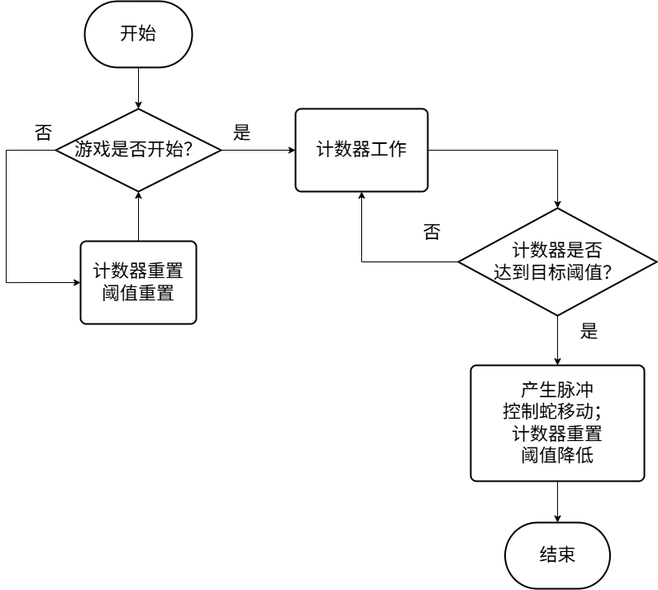
This is snake_move.png from maple-m117/bysj_etc., a draw.io export, as it was before one commit. Source tidied: cells renumbered, new cells last; positions are measured from the earlier drawing's top-left corner, leaving out a move shared by most shapes.
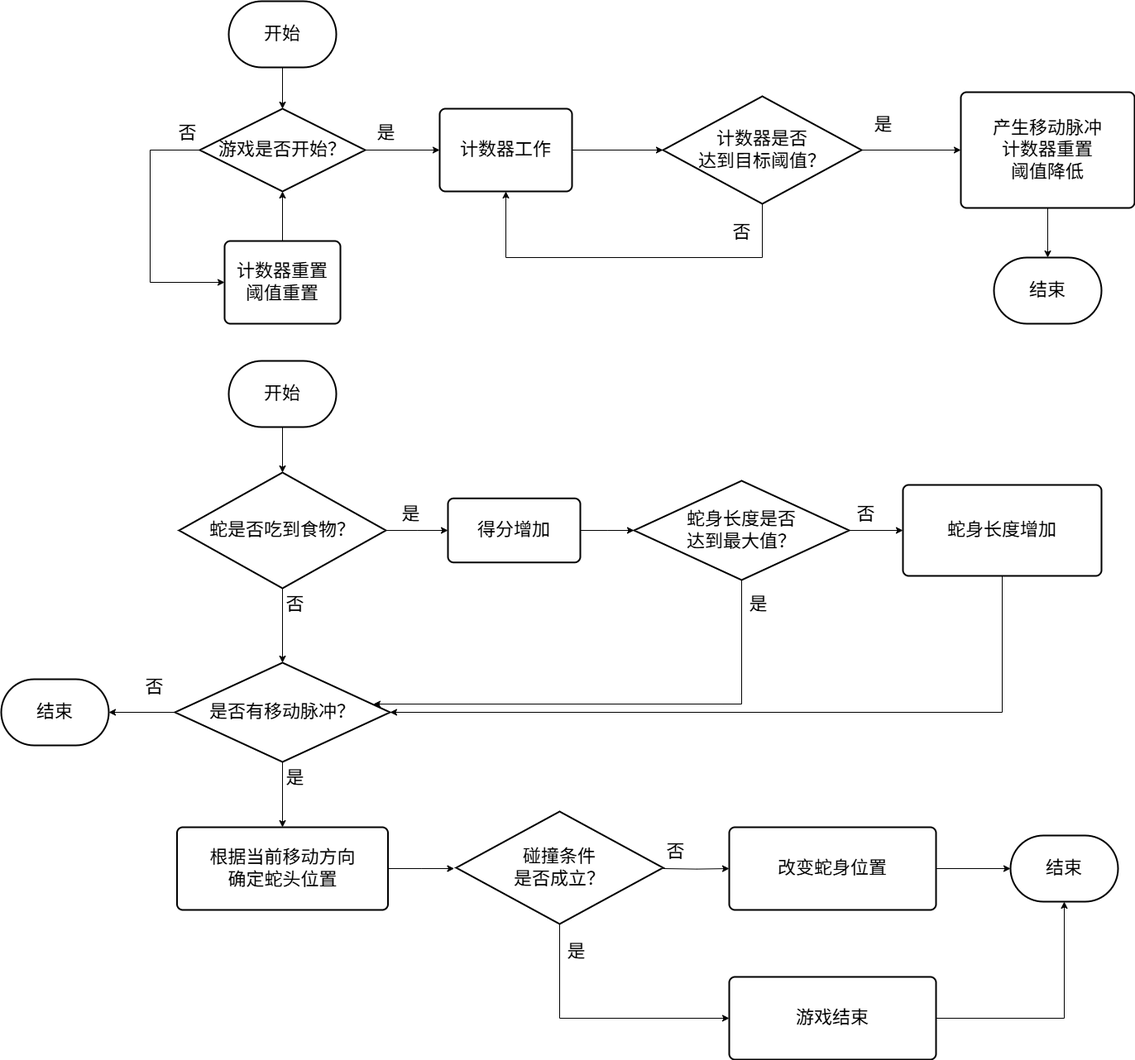
Later version of the same file.

The edit, as a diff of the source:
```diff
@@ -38,16 +38,21 @@
       <mxGeometry relative="1" as="geometry" />
     </mxCell>
     <mxCell id="12" style="edgeStyle=orthogonalEdgeStyle;rounded=0;jettySize=auto;html=1;entryX=0.5;entryY=1;entryDx=0;entryDy=0;" parent="1" edge="1" source="13" target="10">
-      <mxGeometry relative="1" as="geometry" />
+      <mxGeometry relative="1" as="geometry">
+        <Array as="points">
+          <mxPoint x="740" y="310" />
+          <mxPoint x="430" y="310" />
+        </Array>
+      </mxGeometry>
     </mxCell>
     <mxCell id="13" value="计数器是否&lt;div&gt;达到目标阈值？&lt;/div&gt;" style="strokeWidth=2;html=1;shape=mxgraph.flowchart.decision;whiteSpace=wrap;fontSize=22;" parent="1" vertex="1">
-      <mxGeometry x="547" y="250" width="240" height="130" as="geometry" />
+      <mxGeometry x="620" y="115" width="240" height="130" as="geometry" />
     </mxCell>
-    <mxCell id="14" style="edgeStyle=orthogonalEdgeStyle;rounded=0;jettySize=auto;html=1;" parent="1" edge="1" source="15" target="20">
-      <mxGeometry relative="1" as="geometry" />
-    </mxCell>
+    <mxCell id="21" style="edgeStyle=orthogonalEdgeStyle;rounded=0;jettySize=auto;html=1;" parent="1" edge="1" source="15" target="39">
+      <mxGeometry relative="1" as="geometry" />
+    </mxCell>
-    <mxCell id="15" value="产生脉冲&lt;div&gt;控制蛇移动；&lt;/div&gt;&lt;div&gt;计数器重置&lt;div&gt;阈值降低&lt;/div&gt;&lt;/div&gt;" style="rounded=1;whiteSpace=wrap;html=1;absoluteArcSize=1;arcSize=14;strokeWidth=2;fontSize=22;" parent="1" vertex="1">
-      <mxGeometry x="562" y="440" width="210" height="140" as="geometry" />
+    <mxCell id="15" value="产生移动脉冲&lt;div&gt;计数器重置&lt;div&gt;阈值降低&lt;/div&gt;&lt;/div&gt;" style="rounded=1;whiteSpace=wrap;html=1;absoluteArcSize=1;arcSize=14;strokeWidth=2;fontSize=22;" parent="1" vertex="1">
+      <mxGeometry x="980" y="110" width="210" height="140" as="geometry" />
     </mxCell>
     <mxCell id="16" value="是" style="text;html=1;align=center;verticalAlign=middle;strokeColor=none;fillColor=none;fontSize=22;" parent="1" vertex="1">
       <mxGeometry x="260" y="140" width="50" height="40" as="geometry" />
@@ -56,13 +61,127 @@
       <mxGeometry x="20" y="140" width="50" height="40" as="geometry" />
     </mxCell>
     <mxCell id="18" value="否" style="text;html=1;align=center;verticalAlign=middle;strokeColor=none;fillColor=none;fontSize=22;" parent="1" vertex="1">
-      <mxGeometry x="490" y="260" width="50" height="40" as="geometry" />
+      <mxGeometry x="690" y="260" width="50" height="40" as="geometry" />
     </mxCell>
     <mxCell id="19" value="是" style="text;html=1;align=center;verticalAlign=middle;strokeColor=none;fillColor=none;fontSize=22;" parent="1" vertex="1">
-      <mxGeometry x="680" y="380" width="50" height="40" as="geometry" />
+      <mxGeometry x="861" y="130" width="50" height="40" as="geometry" />
     </mxCell>
-    <mxCell id="20" value="结束" style="strokeWidth=2;html=1;shape=mxgraph.flowchart.terminator;whiteSpace=wrap;fontSize=22;" parent="1" vertex="1">
-      <mxGeometry x="603.5" y="630" width="127" height="80" as="geometry" />
-    </mxCell>
+    <mxCell id="22" style="edgeStyle=orthogonalEdgeStyle;rounded=0;jettySize=auto;html=1;entryX=1;entryY=0.5;entryDx=0;entryDy=0;entryPerimeter=0;" parent="1" edge="1" source="23" target="38">
+      <mxGeometry relative="1" as="geometry">
+        <Array as="points">
+          <mxPoint x="1030" y="860" />
+        </Array>
+      </mxGeometry>
+    </mxCell>
+    <mxCell id="23" value="蛇身长度增加" style="rounded=1;whiteSpace=wrap;html=1;absoluteArcSize=1;arcSize=14;strokeWidth=2;fontSize=22;" parent="1" vertex="1">
+      <mxGeometry x="910" y="585" width="240" height="110" as="geometry" />
+    </mxCell>
+    <mxCell id="24" style="edgeStyle=orthogonalEdgeStyle;rounded=0;jettySize=auto;html=1;" parent="1" edge="1" source="26" target="28">
+      <mxGeometry relative="1" as="geometry" />
+    </mxCell>
+    <mxCell id="25" style="edgeStyle=orthogonalEdgeStyle;rounded=0;jettySize=auto;html=1;" parent="1" edge="1" source="26" target="38">
+      <mxGeometry relative="1" as="geometry" />
+    </mxCell>
+    <mxCell id="26" value="蛇是否吃到食物？" style="strokeWidth=2;html=1;shape=mxgraph.flowchart.decision;whiteSpace=wrap;fontSize=22;" parent="1" vertex="1">
+      <mxGeometry x="35" y="570" width="250" height="140" as="geometry" />
+    </mxCell>
+    <mxCell id="27" style="edgeStyle=orthogonalEdgeStyle;rounded=0;jettySize=auto;html=1;" parent="1" edge="1" source="28" target="30">
+      <mxGeometry relative="1" as="geometry" />
+    </mxCell>
+    <mxCell id="28" value="得分增加" style="rounded=1;whiteSpace=wrap;html=1;absoluteArcSize=1;arcSize=14;strokeWidth=2;fontSize=22;" parent="1" vertex="1">
+      <mxGeometry x="360" y="601.2" width="160" height="77.5" as="geometry" />
+    </mxCell>
+    <mxCell id="29" style="edgeStyle=orthogonalEdgeStyle;rounded=0;jettySize=auto;html=1;" parent="1" edge="1" source="30" target="23">
+      <mxGeometry relative="1" as="geometry" />
+    </mxCell>
+    <mxCell id="30" value="蛇身长度是否&lt;div&gt;达到最大值？&lt;/div&gt;" style="strokeWidth=2;html=1;shape=mxgraph.flowchart.decision;whiteSpace=wrap;fontSize=22;" parent="1" vertex="1">
+      <mxGeometry x="585" y="580" width="260" height="120" as="geometry" />
+    </mxCell>
+    <mxCell id="31" style="edgeStyle=orthogonalEdgeStyle;rounded=0;jettySize=auto;html=1;" parent="1" edge="1" target="35">
+      <mxGeometry relative="1" as="geometry">
+        <mxPoint x="620" y="1049" as="sourcePoint" />
+      </mxGeometry>
+    </mxCell>
+    <mxCell id="32" style="edgeStyle=orthogonalEdgeStyle;rounded=0;jettySize=auto;html=1;" parent="1" edge="1" source="33">
+      <mxGeometry relative="1" as="geometry">
+        <mxPoint x="367.5" y="1049" as="targetPoint" />
+      </mxGeometry>
+    </mxCell>
+    <mxCell id="33" value="根据当前移动方向&lt;div&gt;确定蛇头位置&lt;/div&gt;" style="rounded=1;whiteSpace=wrap;html=1;absoluteArcSize=1;arcSize=14;strokeWidth=2;fontSize=22;" parent="1" vertex="1">
+      <mxGeometry x="32.5" y="999" width="255" height="100" as="geometry" />
+    </mxCell>
+    <mxCell id="34" style="edgeStyle=orthogonalEdgeStyle;rounded=0;jettySize=auto;html=1;" parent="1" edge="1" source="35" target="43">
+      <mxGeometry relative="1" as="geometry" />
+    </mxCell>
+    <mxCell id="35" value="改变蛇身位置" style="rounded=1;whiteSpace=wrap;html=1;absoluteArcSize=1;arcSize=14;strokeWidth=2;fontSize=22;" parent="1" vertex="1">
+      <mxGeometry x="700" y="999" width="250" height="100" as="geometry" />
+    </mxCell>
+    <mxCell id="36" style="edgeStyle=orthogonalEdgeStyle;rounded=0;jettySize=auto;html=1;" parent="1" edge="1" source="38" target="42">
+      <mxGeometry relative="1" as="geometry" />
+    </mxCell>
+    <mxCell id="37" style="edgeStyle=orthogonalEdgeStyle;rounded=0;jettySize=auto;html=1;" parent="1" edge="1" source="38" target="33">
+      <mxGeometry relative="1" as="geometry" />
+    </mxCell>
+    <mxCell id="38" value="是否有移动脉冲？" style="strokeWidth=2;html=1;shape=mxgraph.flowchart.decision;whiteSpace=wrap;fontSize=22;" parent="1" vertex="1">
+      <mxGeometry x="30" y="800" width="260" height="120" as="geometry" />
+    </mxCell>
+    <mxCell id="39" value="结束" style="strokeWidth=2;html=1;shape=mxgraph.flowchart.terminator;whiteSpace=wrap;fontSize=22;" parent="1" vertex="1">
+      <mxGeometry x="1020" y="310" width="130" height="80" as="geometry" />
+    </mxCell>
+    <mxCell id="40" style="edgeStyle=orthogonalEdgeStyle;rounded=0;jettySize=auto;html=1;" parent="1" edge="1" source="41" target="26">
+      <mxGeometry relative="1" as="geometry" />
+    </mxCell>
+    <mxCell id="41" value="开始" style="strokeWidth=2;html=1;shape=mxgraph.flowchart.terminator;whiteSpace=wrap;fontSize=22;" parent="1" vertex="1">
+      <mxGeometry x="95" y="435" width="130" height="80" as="geometry" />
+    </mxCell>
+    <mxCell id="42" value="结束" style="strokeWidth=2;html=1;shape=mxgraph.flowchart.terminator;whiteSpace=wrap;fontSize=22;" parent="1" vertex="1">
+      <mxGeometry x="-180" y="820" width="130" height="80" as="geometry" />
+    </mxCell>
+    <mxCell id="43" value="结束" style="strokeWidth=2;html=1;shape=mxgraph.flowchart.terminator;whiteSpace=wrap;fontSize=22;" parent="1" vertex="1">
+      <mxGeometry x="1040" y="1009" width="130" height="80" as="geometry" />
+    </mxCell>
+    <mxCell id="44" style="edgeStyle=orthogonalEdgeStyle;rounded=0;jettySize=auto;html=1;entryX=0.923;entryY=0.417;entryDx=0;entryDy=0;entryPerimeter=0;" parent="1" edge="1" source="30" target="38">
+      <mxGeometry relative="1" as="geometry">
+        <Array as="points">
+          <mxPoint x="715" y="850" />
+        </Array>
+      </mxGeometry>
+    </mxCell>
+    <mxCell id="45" style="edgeStyle=orthogonalEdgeStyle;rounded=0;jettySize=auto;html=1;exitX=0.5;exitY=1;exitDx=0;exitDy=0;exitPerimeter=0;entryX=0;entryY=0.5;entryDx=0;entryDy=0;" parent="1" edge="1" source="46" target="55">
+      <mxGeometry relative="1" as="geometry" />
+    </mxCell>
+    <mxCell id="46" value="&lt;font style=&quot;font-size: 22px;&quot;&gt;碰撞条件&lt;/font&gt;&lt;div&gt;&lt;font style=&quot;font-size: 22px;&quot;&gt;是否成立？&lt;/font&gt;&lt;/div&gt;" style="strokeWidth=2;html=1;shape=mxgraph.flowchart.decision;whiteSpace=wrap;" parent="1" vertex="1">
+      <mxGeometry x="370" y="980" width="250" height="136" as="geometry" />
+    </mxCell>
+    <mxCell id="47" value="是" style="text;html=1;align=center;verticalAlign=middle;strokeColor=none;fillColor=none;fontSize=22;" parent="1" vertex="1">
+      <mxGeometry x="290" y="601.2" width="50" height="40" as="geometry" />
+    </mxCell>
+    <mxCell id="48" value="是" style="text;html=1;align=center;verticalAlign=middle;strokeColor=none;fillColor=none;fontSize=22;" parent="1" vertex="1">
+      <mxGeometry x="710" y="710" width="50" height="40" as="geometry" />
+    </mxCell>
+    <mxCell id="49" value="否" style="text;html=1;align=center;verticalAlign=middle;strokeColor=none;fillColor=none;fontSize=22;" parent="1" vertex="1">
+      <mxGeometry x="150" y="710" width="50" height="40" as="geometry" />
+    </mxCell>
+    <mxCell id="50" value="否" style="text;html=1;align=center;verticalAlign=middle;strokeColor=none;fillColor=none;fontSize=22;" parent="1" vertex="1">
+      <mxGeometry x="840" y="601.2" width="50" height="40" as="geometry" />
+    </mxCell>
+    <mxCell id="51" value="否" style="text;html=1;align=center;verticalAlign=middle;strokeColor=none;fillColor=none;fontSize=22;" parent="1" vertex="1">
+      <mxGeometry x="610" y="1009" width="50" height="40" as="geometry" />
+    </mxCell>
+    <mxCell id="52" value="否" style="text;html=1;align=center;verticalAlign=middle;strokeColor=none;fillColor=none;fontSize=22;" parent="1" vertex="1">
+      <mxGeometry x="-20" y="810" width="50" height="40" as="geometry" />
+    </mxCell>
+    <mxCell id="53" value="是" style="text;html=1;align=center;verticalAlign=middle;strokeColor=none;fillColor=none;fontSize=22;" parent="1" vertex="1">
+      <mxGeometry x="490" y="1130" width="50" height="40" as="geometry" />
+    </mxCell>
+    <mxCell id="54" value="是" style="text;html=1;align=center;verticalAlign=middle;strokeColor=none;fillColor=none;fontSize=22;" parent="1" vertex="1">
+      <mxGeometry x="150" y="920" width="50" height="40" as="geometry" />
+    </mxCell>
+    <mxCell id="55" value="游戏结束" style="rounded=1;whiteSpace=wrap;html=1;absoluteArcSize=1;arcSize=14;strokeWidth=2;fontSize=22;" parent="1" vertex="1">
+      <mxGeometry x="700" y="1180" width="250" height="100" as="geometry" />
+    </mxCell>
+    <mxCell id="56" style="edgeStyle=orthogonalEdgeStyle;rounded=0;jettySize=auto;html=1;exitX=1;exitY=0.5;exitDx=0;exitDy=0;entryX=0.5;entryY=1;entryDx=0;entryDy=0;entryPerimeter=0;" parent="1" edge="1" source="55" target="43">
+      <mxGeometry relative="1" as="geometry" />
+    </mxCell>
   </root>
 </mxGraphModel>
```
